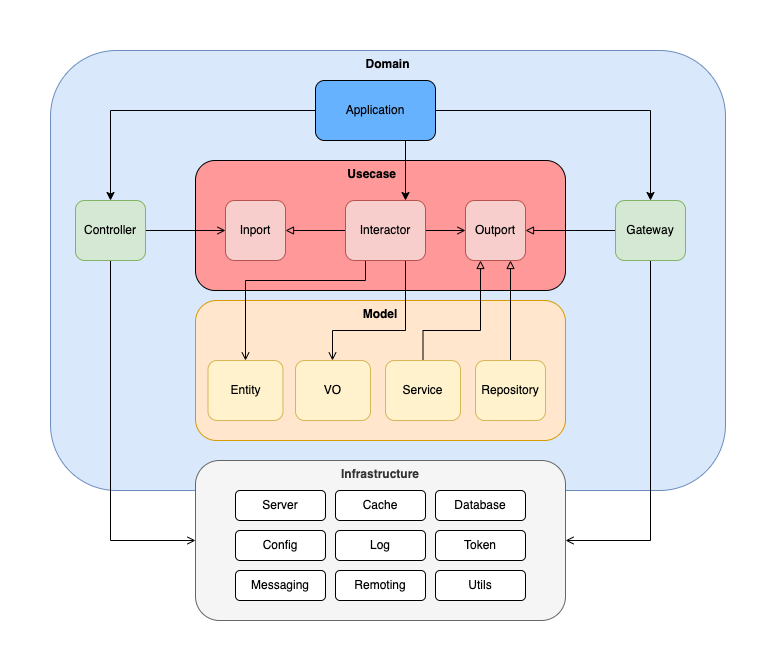
Above: gogen-architecture.png in mirzaakhena/gogen (draw.io), before the change. Source tidied: cells renumbered, new cells last; positions are measured from the earlier drawing's top-left corner, leaving out a move shared by most shapes.
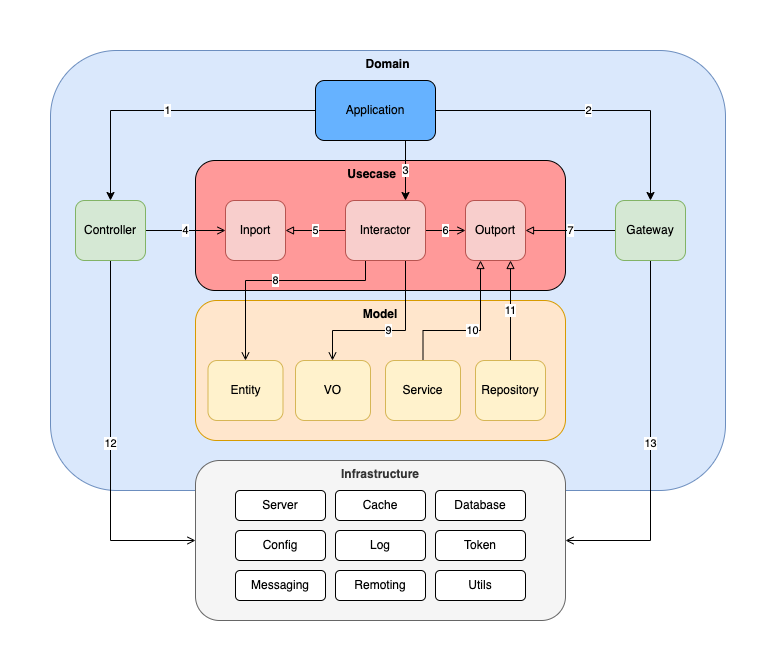
The same diagram one commit later.

Diff of the diagram source:
```diff
@@ -11,13 +11,13 @@
     <mxCell id="4" value="Usecase&amp;nbsp; &amp;nbsp; &amp;nbsp;" style="rounded=1;whiteSpace=wrap;html=1;align=center;verticalAlign=top;fillColor=#FF9999;fontStyle=1;" parent="1" vertex="1">
       <mxGeometry x="145" y="110" width="370" height="130" as="geometry" />
     </mxCell>
-    <mxCell id="5" style="edgeStyle=orthogonalEdgeStyle;rounded=0;jettySize=auto;html=1;exitX=0;exitY=0.5;exitDx=0;exitDy=0;entryX=1;entryY=0.5;entryDx=0;entryDy=0;endArrow=block;endFill=0;" parent="1" edge="1" source="9" target="10">
+    <mxCell id="5" value="5" style="edgeStyle=orthogonalEdgeStyle;rounded=0;jettySize=auto;html=1;exitX=0;exitY=0.5;exitDx=0;exitDy=0;entryX=1;entryY=0.5;entryDx=0;entryDy=0;endArrow=block;endFill=0;" parent="1" edge="1" source="9" target="10">
       <mxGeometry relative="1" as="geometry" />
     </mxCell>
-    <mxCell id="6" style="edgeStyle=orthogonalEdgeStyle;rounded=0;jettySize=auto;html=1;exitX=1;exitY=0.5;exitDx=0;exitDy=0;entryX=0;entryY=0.5;entryDx=0;entryDy=0;endArrow=open;endFill=0;" parent="1" edge="1" source="9" target="11">
+    <mxCell id="6" value="6" style="edgeStyle=orthogonalEdgeStyle;rounded=0;jettySize=auto;html=1;exitX=1;exitY=0.5;exitDx=0;exitDy=0;entryX=0;entryY=0.5;entryDx=0;entryDy=0;endArrow=open;endFill=0;" parent="1" edge="1" source="9" target="11">
       <mxGeometry relative="1" as="geometry" />
     </mxCell>
-    <mxCell id="7" style="edgeStyle=orthogonalEdgeStyle;rounded=0;jettySize=auto;html=1;exitX=0.25;exitY=1;exitDx=0;exitDy=0;endArrow=open;endFill=0;" parent="1" edge="1" source="9" target="23">
+    <mxCell id="7" value="8" style="edgeStyle=orthogonalEdgeStyle;rounded=0;jettySize=auto;html=1;exitX=0.25;exitY=1;exitDx=0;exitDy=0;endArrow=open;endFill=0;" parent="1" edge="1" source="9" target="23">
       <mxGeometry relative="1" as="geometry">
         <Array as="points">
           <mxPoint x="315" y="230" />
@@ -25,7 +25,7 @@
         </Array>
       </mxGeometry>
     </mxCell>
-    <mxCell id="8" style="edgeStyle=orthogonalEdgeStyle;rounded=0;jettySize=auto;html=1;exitX=0.75;exitY=1;exitDx=0;exitDy=0;endArrow=open;endFill=0;" parent="1" edge="1" source="9" target="28">
+    <mxCell id="8" value="9" style="edgeStyle=orthogonalEdgeStyle;rounded=0;jettySize=auto;html=1;exitX=0.75;exitY=1;exitDx=0;exitDy=0;endArrow=open;endFill=0;" parent="1" edge="1" source="9" target="28">
       <mxGeometry relative="1" as="geometry">
         <Array as="points">
           <mxPoint x="355" y="280" />
@@ -42,19 +42,19 @@
     <mxCell id="11" value="Outport" style="rounded=1;whiteSpace=wrap;html=1;fillColor=#f8cecc;strokeColor=#b85450;" parent="1" vertex="1">
       <mxGeometry x="415" y="150" width="60" height="60" as="geometry" />
     </mxCell>
-    <mxCell id="12" style="edgeStyle=orthogonalEdgeStyle;rounded=0;jettySize=auto;html=1;exitX=0.5;exitY=1;exitDx=0;exitDy=0;entryX=0;entryY=0.5;entryDx=0;entryDy=0;endArrow=open;endFill=0;" parent="1" edge="1" source="14" target="18">
+    <mxCell id="12" value="12" style="edgeStyle=orthogonalEdgeStyle;rounded=0;jettySize=auto;html=1;exitX=0.5;exitY=1;exitDx=0;exitDy=0;entryX=0;entryY=0.5;entryDx=0;entryDy=0;endArrow=open;endFill=0;" parent="1" edge="1" source="14" target="18">
       <mxGeometry relative="1" as="geometry" />
     </mxCell>
-    <mxCell id="13" style="edgeStyle=orthogonalEdgeStyle;rounded=0;jettySize=auto;html=1;exitX=1;exitY=0.5;exitDx=0;exitDy=0;endArrow=open;endFill=0;" parent="1" edge="1" source="14" target="10">
+    <mxCell id="13" value="4" style="edgeStyle=orthogonalEdgeStyle;rounded=0;jettySize=auto;html=1;exitX=1;exitY=0.5;exitDx=0;exitDy=0;endArrow=open;endFill=0;" parent="1" edge="1" source="14" target="10">
       <mxGeometry relative="1" as="geometry" />
     </mxCell>
     <mxCell id="14" value="Controller" style="rounded=1;whiteSpace=wrap;html=1;fillColor=#d5e8d4;strokeColor=#82b366;" parent="1" vertex="1">
       <mxGeometry x="25" y="150" width="70" height="60" as="geometry" />
     </mxCell>
-    <mxCell id="15" style="edgeStyle=orthogonalEdgeStyle;rounded=0;jettySize=auto;html=1;exitX=0.5;exitY=1;exitDx=0;exitDy=0;entryX=1;entryY=0.5;entryDx=0;entryDy=0;endArrow=open;endFill=0;" parent="1" edge="1" source="17" target="18">
+    <mxCell id="15" value="13" style="edgeStyle=orthogonalEdgeStyle;rounded=0;jettySize=auto;html=1;exitX=0.5;exitY=1;exitDx=0;exitDy=0;entryX=1;entryY=0.5;entryDx=0;entryDy=0;endArrow=open;endFill=0;" parent="1" edge="1" source="17" target="18">
       <mxGeometry relative="1" as="geometry" />
     </mxCell>
-    <mxCell id="16" style="edgeStyle=orthogonalEdgeStyle;rounded=0;jettySize=auto;html=1;exitX=0;exitY=0.5;exitDx=0;exitDy=0;entryX=1;entryY=0.5;entryDx=0;entryDy=0;endArrow=block;endFill=0;" parent="1" edge="1" source="17" target="11">
+    <mxCell id="16" value="7" style="edgeStyle=orthogonalEdgeStyle;rounded=0;jettySize=auto;html=1;exitX=0;exitY=0.5;exitDx=0;exitDy=0;entryX=1;entryY=0.5;entryDx=0;entryDy=0;endArrow=block;endFill=0;" parent="1" edge="1" source="17" target="11">
       <mxGeometry relative="1" as="geometry" />
     </mxCell>
     <mxCell id="17" value="Gateway" style="rounded=1;whiteSpace=wrap;html=1;fillColor=#d5e8d4;strokeColor=#82b366;" parent="1" vertex="1">
@@ -63,13 +63,13 @@
     <mxCell id="18" value="Infrastructure" style="rounded=1;whiteSpace=wrap;html=1;verticalAlign=top;fontStyle=1;fillColor=#f5f5f5;fontColor=#333333;strokeColor=#666666;" parent="1" vertex="1">
       <mxGeometry x="145" y="410" width="370" height="160" as="geometry" />
     </mxCell>
-    <mxCell id="19" style="edgeStyle=orthogonalEdgeStyle;rounded=0;jettySize=auto;html=1;exitX=0;exitY=0.5;exitDx=0;exitDy=0;endArrow=classic;endFill=1;" parent="1" edge="1" source="22" target="14">
+    <mxCell id="19" value="1" style="edgeStyle=orthogonalEdgeStyle;rounded=0;jettySize=auto;html=1;exitX=0;exitY=0.5;exitDx=0;exitDy=0;endArrow=classic;endFill=1;" parent="1" edge="1" source="22" target="14">
       <mxGeometry relative="1" as="geometry" />
     </mxCell>
-    <mxCell id="20" style="edgeStyle=orthogonalEdgeStyle;rounded=0;jettySize=auto;html=1;exitX=1;exitY=0.5;exitDx=0;exitDy=0;endArrow=classic;endFill=1;" parent="1" edge="1" source="22" target="17">
+    <mxCell id="20" value="2" style="edgeStyle=orthogonalEdgeStyle;rounded=0;jettySize=auto;html=1;exitX=1;exitY=0.5;exitDx=0;exitDy=0;endArrow=classic;endFill=1;" parent="1" edge="1" source="22" target="17">
       <mxGeometry relative="1" as="geometry" />
     </mxCell>
-    <mxCell id="21" style="edgeStyle=orthogonalEdgeStyle;rounded=0;jettySize=auto;html=1;exitX=0.75;exitY=1;exitDx=0;exitDy=0;entryX=0.75;entryY=0;entryDx=0;entryDy=0;endArrow=classic;endFill=1;" parent="1" edge="1" source="22" target="9">
+    <mxCell id="21" value="3" style="edgeStyle=orthogonalEdgeStyle;rounded=0;jettySize=auto;html=1;exitX=0.75;exitY=1;exitDx=0;exitDy=0;entryX=0.75;entryY=0;entryDx=0;entryDy=0;endArrow=classic;endFill=1;" parent="1" edge="1" source="22" target="9">
       <mxGeometry relative="1" as="geometry" />
     </mxCell>
     <mxCell id="22" value="Application" style="rounded=1;whiteSpace=wrap;html=1;fillColor=#66B2FF;" parent="1" vertex="1">
@@ -78,7 +78,7 @@
     <mxCell id="23" value="Entity" style="rounded=1;whiteSpace=wrap;html=1;fillColor=#fff2cc;strokeColor=#d6b656;" parent="1" vertex="1">
       <mxGeometry x="157.5" y="310" width="75" height="60" as="geometry" />
     </mxCell>
-    <mxCell id="24" style="edgeStyle=orthogonalEdgeStyle;rounded=0;jettySize=auto;html=1;exitX=0.5;exitY=0;exitDx=0;exitDy=0;entryX=0.25;entryY=1;entryDx=0;entryDy=0;endArrow=block;endFill=0;" parent="1" edge="1" source="25" target="11">
+    <mxCell id="24" value="10" style="edgeStyle=orthogonalEdgeStyle;rounded=0;jettySize=auto;html=1;exitX=0.5;exitY=0;exitDx=0;exitDy=0;entryX=0.25;entryY=1;entryDx=0;entryDy=0;endArrow=block;endFill=0;" parent="1" edge="1" source="25" target="11">
       <mxGeometry relative="1" as="geometry">
         <Array as="points">
           <mxPoint x="372" y="280" />
@@ -89,7 +89,7 @@
     <mxCell id="25" value="Service" style="rounded=1;whiteSpace=wrap;html=1;fillColor=#fff2cc;strokeColor=#d6b656;" parent="1" vertex="1">
       <mxGeometry x="335" y="310" width="75" height="60" as="geometry" />
     </mxCell>
-    <mxCell id="26" style="edgeStyle=orthogonalEdgeStyle;rounded=0;jettySize=auto;html=1;exitX=0.5;exitY=0;exitDx=0;exitDy=0;entryX=0.75;entryY=1;entryDx=0;entryDy=0;endArrow=block;endFill=0;" parent="1" edge="1" source="27" target="11">
+    <mxCell id="26" value="11" style="edgeStyle=orthogonalEdgeStyle;rounded=0;jettySize=auto;html=1;exitX=0.5;exitY=0;exitDx=0;exitDy=0;entryX=0.75;entryY=1;entryDx=0;entryDy=0;endArrow=block;endFill=0;" parent="1" edge="1" source="27" target="11">
       <mxGeometry relative="1" as="geometry" />
     </mxCell>
     <mxCell id="27" value="Repository" style="rounded=1;whiteSpace=wrap;html=1;fillColor=#fff2cc;strokeColor=#d6b656;" parent="1" vertex="1">
```
